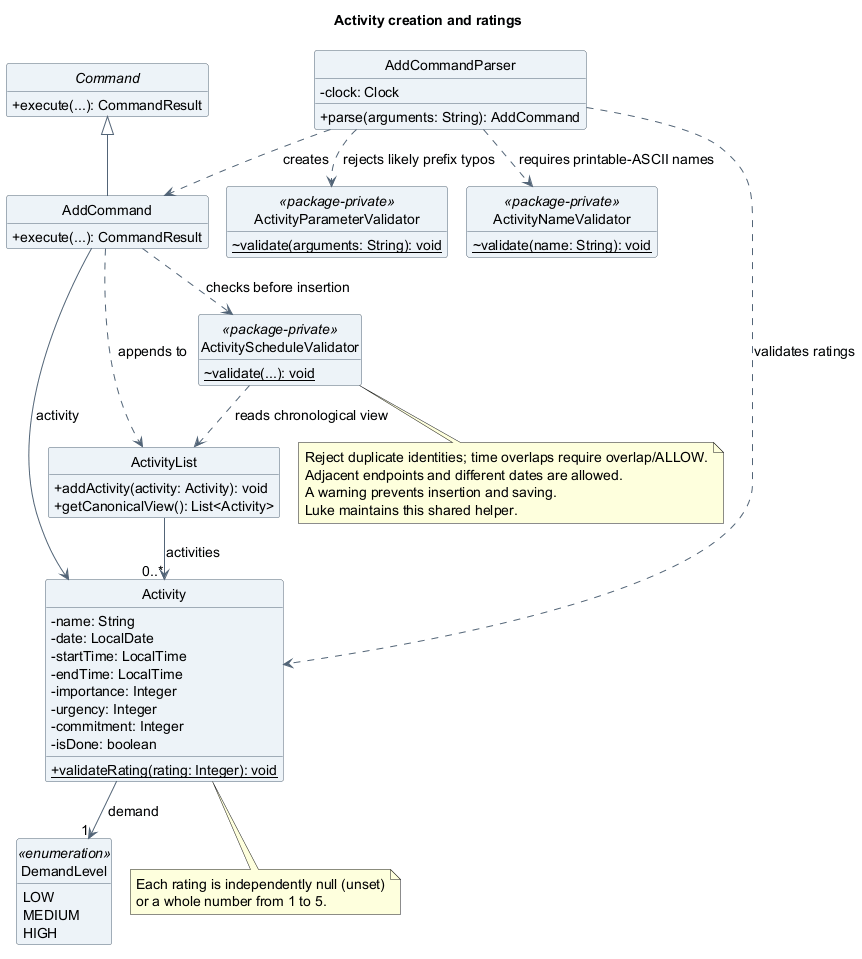
The PlantUML diagram docs/images/luke/class/ActivityCreationClassDiagram.png in AY2627S1-CS2113-T10-4/tp, before a commit.
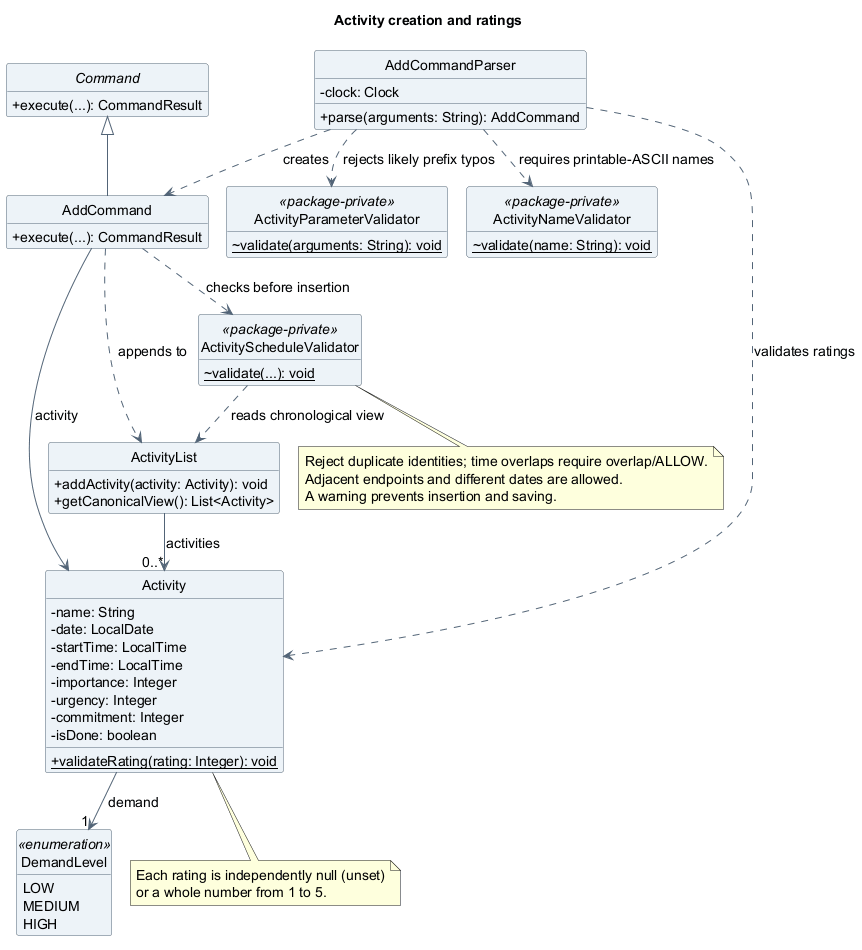
Above is the later version.

What changed in the source:
```diff
@@ -72,6 +72,5 @@
   Reject duplicate identities; time overlaps require overlap/ALLOW.
   Adjacent endpoints and different dates are allowed.
   A warning prevents insertion and saving.
-  Luke maintains this shared helper.
 end note
 @enduml
```
